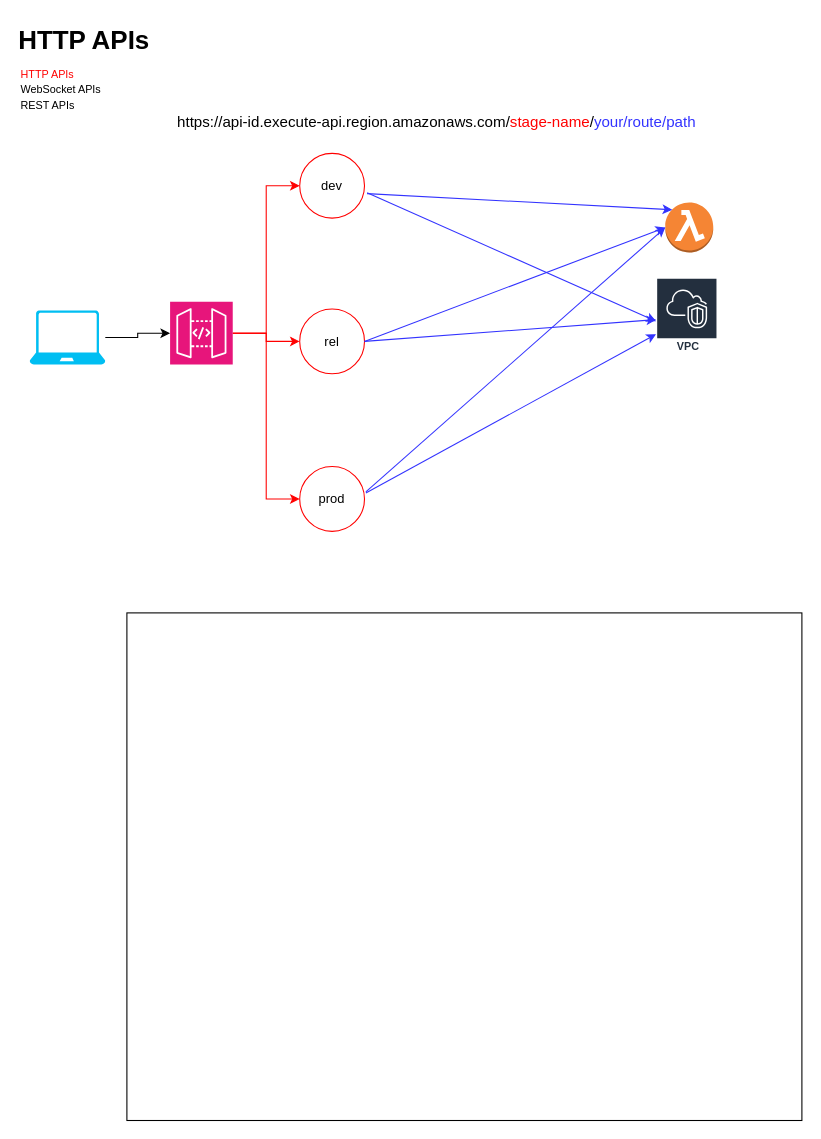
hashemsellat/pictora keeps this draw.io diagram as figures/ApiGateway.drawio. Above is the earlier version. Source tidied: cells renumbered, new cells numbered last; positions are measured from the earlier drawing's top-left corner, leaving out a move shared by most shapes. Both pictures are drawn from the tidied source at 108%, with x=0, y=0 at pixel (18, 18).
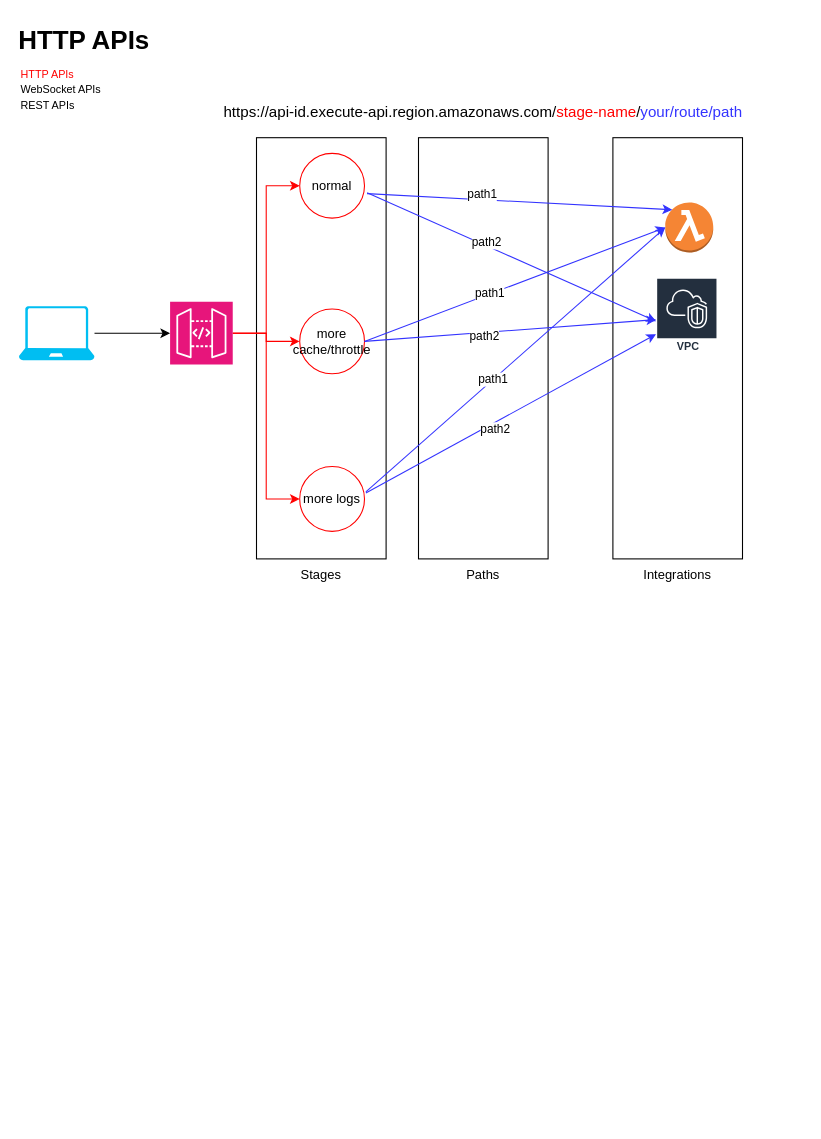
After the change.

Unchanged cells that the change refers to:
```xml
<mxCell id="16" style="endArrow=classic;html=1;rounded=0;exitX=1.021;exitY=0.409;exitDx=0;exitDy=0;exitPerimeter=0;strokeColor=#3333FF;" parent="1" edge="1" source="12" target="15">
  <mxGeometry relative="1" as="geometry" />
</mxCell>
<mxCell id="17" style="endArrow=classic;html=1;rounded=0;exitX=1.021;exitY=0.391;exitDx=0;exitDy=0;exitPerimeter=0;entryX=0;entryY=0.5;entryDx=0;entryDy=0;entryPerimeter=0;strokeColor=#3333FF;" parent="1" edge="1" source="12" target="14">
  <mxGeometry relative="1" as="geometry" />
</mxCell>
<mxCell id="18" style="endArrow=classic;html=1;rounded=0;exitX=1;exitY=0.5;exitDx=0;exitDy=0;entryX=0;entryY=0.5;entryDx=0;entryDy=0;entryPerimeter=0;strokeColor=#3333FF;" parent="1" edge="1" source="11" target="14">
  <mxGeometry relative="1" as="geometry" />
</mxCell>
<mxCell id="19" style="endArrow=classic;html=1;rounded=0;exitX=1;exitY=0.5;exitDx=0;exitDy=0;strokeColor=#3333FF;" parent="1" edge="1" source="11" target="15">
  <mxGeometry relative="1" as="geometry" />
</mxCell>
<mxCell id="20" style="endArrow=classic;html=1;rounded=0;exitX=1.04;exitY=0.621;exitDx=0;exitDy=0;exitPerimeter=0;entryX=0.145;entryY=0.145;entryDx=0;entryDy=0;entryPerimeter=0;strokeColor=#3333FF;" parent="1" edge="1" source="10" target="14">
  <mxGeometry relative="1" as="geometry" />
</mxCell>
<mxCell id="21" style="endArrow=classic;html=1;rounded=0;exitX=1.04;exitY=0.607;exitDx=0;exitDy=0;exitPerimeter=0;strokeColor=#3333FF;" parent="1" edge="1" source="10">
  <mxGeometry relative="1" as="geometry">
    <mxPoint x="590" y="280" as="targetPoint" />
  </mxGeometry>
</mxCell>
```

Change to the diagram source:
```diff
@@
-    <mxCell id="2" style="rounded=0;whiteSpace=wrap;html=1;" parent="1" vertex="1">
-      <mxGeometry x="100" y="550" width="625" height="470" as="geometry" />
-    </mxCell>
+    <mxCell id="23" style="rounded=0;whiteSpace=wrap;html=1;" parent="1" vertex="1">
+      <mxGeometry x="550" y="110" width="120" height="390" as="geometry" />
+    </mxCell>
+    <mxCell id="24" style="rounded=0;whiteSpace=wrap;html=1;" parent="1" vertex="1">
+      <mxGeometry x="370" y="110" width="120" height="390" as="geometry" />
+    </mxCell>
+    <mxCell id="25" style="rounded=0;whiteSpace=wrap;html=1;" parent="1" vertex="1">
+      <mxGeometry x="220" y="110" width="120" height="390" as="geometry" />
+    </mxCell>
@@
     <mxCell id="9" style="verticalLabelPosition=bottom;html=1;verticalAlign=top;align=center;strokeColor=none;fillColor=#00BEF2;shape=mxgraph.azure.laptop;" parent="1" vertex="1">
-      <mxGeometry x="10" y="270" width="70" height="50" as="geometry" />
+      <mxGeometry y="266" width="70" height="50" as="geometry" />
     </mxCell>
-    <mxCell id="10" value="&lt;div&gt;dev&lt;/div&gt;" style="ellipse;whiteSpace=wrap;html=1;strokeColor=#FF0000;" parent="1" vertex="1">
+    <mxCell id="10" value="&lt;div&gt;normal&lt;/div&gt;" style="ellipse;whiteSpace=wrap;html=1;strokeColor=#FF0000;" parent="1" vertex="1">
       <mxGeometry x="260" y="124.5" width="60" height="60" as="geometry" />
     </mxCell>
-    <mxCell id="11" value="rel" style="ellipse;whiteSpace=wrap;html=1;strokeColor=#FF0000;" parent="1" vertex="1">
+    <mxCell id="11" value="&lt;div&gt;more cache/throttle&lt;/div&gt;" style="ellipse;whiteSpace=wrap;html=1;strokeColor=#FF0000;" parent="1" vertex="1">
       <mxGeometry x="260" y="268.6" width="60" height="60" as="geometry" />
     </mxCell>
-    <mxCell id="12" value="&lt;div&gt;prod&lt;/div&gt;" style="ellipse;whiteSpace=wrap;html=1;strokeColor=#FF0000;" parent="1" vertex="1">
+    <mxCell id="12" value="&lt;div&gt;more logs&lt;/div&gt;" style="ellipse;whiteSpace=wrap;html=1;strokeColor=#FF0000;" parent="1" vertex="1">
       <mxGeometry x="260" y="414.5" width="60" height="60" as="geometry" />
     </mxCell>
     <mxCell id="13" value="&lt;font style=&quot;font-size: 14px;&quot;&gt;https://api-id.execute-api.region.amazonaws.com/&lt;span style=&quot;color: rgb(255, 0, 0);&quot;&gt;stage-name&lt;/span&gt;/&lt;span style=&quot;color: rgb(51, 51, 255);&quot;&gt;your/route/path&lt;/span&gt;&lt;/font&gt;&lt;div&gt;&lt;font size=&quot;3&quot;&gt;&lt;br&gt;&lt;/font&gt;&lt;/div&gt;" style="text;html=1;whiteSpace=wrap;strokeColor=none;fillColor=none;align=center;verticalAlign=middle;rounded=0;" parent="1" vertex="1">
-      <mxGeometry x="126.9" y="90" width="520" height="30" as="geometry" />
+      <mxGeometry x="170" y="80" width="520" height="30" as="geometry" />
     </mxCell>
@@
+    <mxCell id="26" value="&lt;div&gt;path2&lt;/div&gt;" style="edgeLabel;html=1;align=center;verticalAlign=middle;" parent="16" vertex="1">
+      <mxGeometry x="0.24" y="-4" relative="1" as="geometry">
+        <mxPoint x="-49" y="28" as="offset" />
+      </mxGeometry>
+    </mxCell>
@@
+    <mxCell id="27" value="&lt;div&gt;path1&lt;/div&gt;" style="edgeLabel;html=1;align=center;verticalAlign=middle;" parent="17" vertex="1">
+      <mxGeometry x="-0.15" y="1" relative="1" as="geometry" />
+    </mxCell>
@@
+    <mxCell id="28" value="&lt;div&gt;path1&lt;/div&gt;" style="edgeLabel;html=1;align=center;verticalAlign=middle;" parent="18" vertex="1">
+      <mxGeometry x="-0.17" y="1" relative="1" as="geometry" />
+    </mxCell>
@@
+    <mxCell id="29" value="&lt;div&gt;path2&lt;/div&gt;" style="edgeLabel;html=1;align=center;verticalAlign=middle;" parent="19" vertex="1">
+      <mxGeometry x="-0.18" y="-3" relative="1" as="geometry" />
+    </mxCell>
@@
+    <mxCell id="30" value="&lt;div&gt;path1&lt;/div&gt;&lt;div&gt;&lt;br&gt;&lt;/div&gt;" style="edgeLabel;html=1;align=center;verticalAlign=middle;" parent="20" vertex="1">
+      <mxGeometry x="-0.25" y="-1" relative="1" as="geometry" />
+    </mxCell>
@@
+    <mxCell id="31" value="&lt;div&gt;path2&lt;/div&gt;" style="edgeLabel;html=1;align=center;verticalAlign=middle;" parent="21" vertex="1">
+      <mxGeometry x="-0.19" y="3" relative="1" as="geometry" />
+    </mxCell>
@@
+    <mxCell id="32" value="&lt;div&gt;Stages&lt;/div&gt;" style="text;html=1;whiteSpace=wrap;strokeColor=none;fillColor=none;align=center;verticalAlign=middle;rounded=0;" parent="1" vertex="1">
+      <mxGeometry x="250" y="500" width="60" height="30" as="geometry" />
+    </mxCell>
+    <mxCell id="33" value="&lt;div&gt;Paths&lt;/div&gt;" style="text;html=1;whiteSpace=wrap;strokeColor=none;fillColor=none;align=center;verticalAlign=middle;rounded=0;" parent="1" vertex="1">
+      <mxGeometry x="400" y="500" width="60" height="30" as="geometry" />
+    </mxCell>
+    <mxCell id="34" value="&lt;div&gt;Integrations&lt;/div&gt;" style="text;html=1;whiteSpace=wrap;strokeColor=none;fillColor=none;align=center;verticalAlign=middle;rounded=0;" parent="1" vertex="1">
+      <mxGeometry x="580" y="500" width="60" height="30" as="geometry" />
+    </mxCell>
```
